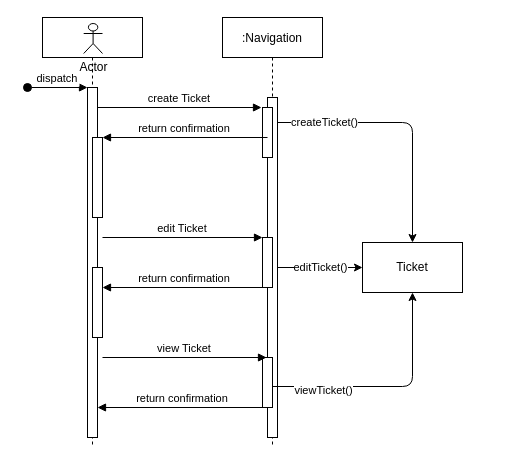
Above: Documentation/Diagrams/Sequence Diagram/Sequence Diagram.drawio in baltermia/Gira-ConsoleV2 (draw.io), before the change. Source tidied: cells renumbered, new cells numbered last; positions are measured from the earlier drawing's top-left corner, leaving out a move shared by most shapes. Both pictures are drawn from the tidied source at 100%, with x=0, y=0 at pixel (27, 17).
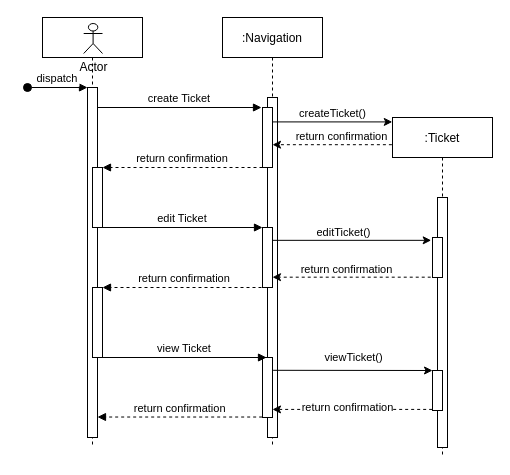
The same page after the edit.

Unchanged cells that the change refers to:
```xml
<mxCell id="2" style="shape=umlLifeline;perimeter=lifelinePerimeter;rounded=0;shadow=0;strokeWidth=1;" parent="1" vertex="1">
  <mxGeometry x="15" width="100" height="430" as="geometry" />
</mxCell>
<mxCell id="3" style="points=[];perimeter=orthogonalPerimeter;rounded=0;shadow=0;strokeWidth=1;" parent="2" vertex="1">
  <mxGeometry x="45" y="70" width="10" height="350" as="geometry" />
</mxCell>
<mxCell id="8" value=":Navigation" style="shape=umlLifeline;perimeter=lifelinePerimeter;rounded=0;shadow=0;strokeWidth=1;" parent="1" vertex="1">
  <mxGeometry x="195" width="100" height="430" as="geometry" />
</mxCell>
<mxCell id="9" style="points=[];perimeter=orthogonalPerimeter;rounded=0;shadow=0;strokeWidth=1;" parent="8" vertex="1">
  <mxGeometry x="45" y="80" width="10" height="340" as="geometry" />
</mxCell>
```

Change to the diagram source:
```diff
@@
     <mxCell id="5" style="points=[];perimeter=orthogonalPerimeter;rounded=0;shadow=0;strokeWidth=1;" parent="2" vertex="1">
-      <mxGeometry x="50" y="120" width="10" height="80" as="geometry" />
+      <mxGeometry x="50" y="150" width="10" height="60" as="geometry" />
     </mxCell>
@@
     <mxCell id="7" style="perimeter=orthogonalPerimeter;rounded=0;shadow=0;strokeWidth=1;" parent="2" vertex="1">
-      <mxGeometry x="50" y="250" width="10" height="70" as="geometry" />
+      <mxGeometry x="50" y="270" width="10" height="70" as="geometry" />
     </mxCell>
@@
     <mxCell id="10" style="points=[];perimeter=orthogonalPerimeter;rounded=0;shadow=0;strokeWidth=1;" parent="8" vertex="1">
-      <mxGeometry x="40" y="220" width="10" height="50" as="geometry" />
+      <mxGeometry x="40" y="210" width="10" height="60" as="geometry" />
     </mxCell>
     <mxCell id="11" style="points=[];perimeter=orthogonalPerimeter;rounded=0;shadow=0;strokeWidth=1;" parent="8" vertex="1">
-      <mxGeometry x="40" y="90" width="10" height="50" as="geometry" />
+      <mxGeometry x="40" y="90" width="10" height="60" as="geometry" />
     </mxCell>
     <mxCell id="12" style="points=[];perimeter=orthogonalPerimeter;rounded=0;shadow=0;strokeWidth=1;" parent="8" vertex="1">
-      <mxGeometry x="40" y="340" width="10" height="50" as="geometry" />
+      <mxGeometry x="40" y="340" width="10" height="60" as="geometry" />
     </mxCell>
@@
-    <mxCell id="14" value="return confirmation" style="verticalAlign=bottom;endArrow=block;entryX=1;entryY=0;shadow=0;strokeWidth=1;" parent="1" edge="1" source="9" target="5">
+    <mxCell id="14" value="return confirmation" style="verticalAlign=bottom;endArrow=block;entryX=1;entryY=0;shadow=0;strokeWidth=1;dashed=1;" parent="1" edge="1" source="11" target="5">
       <mxGeometry relative="1" as="geometry" />
     </mxCell>
-    <mxCell id="15" style="endArrow=classic;html=1;entryX=0.5;entryY=0;entryDx=0;entryDy=0;" parent="1" edge="1" source="9" target="17">
-      <mxGeometry relative="1" as="geometry">
-        <Array as="points">
-          <mxPoint x="385" y="105" />
-        </Array>
-      </mxGeometry>
-    </mxCell>
-    <mxCell id="16" value="createTicket()" style="edgeLabel;html=1;align=center;verticalAlign=middle;" parent="15" vertex="1">
-      <mxGeometry x="-0.29" y="1" relative="1" as="geometry">
-        <mxPoint x="-45" as="offset" />
-      </mxGeometry>
-    </mxCell>
-    <mxCell id="17" value="Ticket" style="rounded=0;whiteSpace=wrap;html=1;" parent="1" vertex="1">
-      <mxGeometry x="335" y="225" width="100" height="50" as="geometry" />
-    </mxCell>
-    <mxCell id="18" value="edit Ticket" style="verticalAlign=bottom;endArrow=block;shadow=0;strokeWidth=1;" parent="1" edge="1" target="10">
-      <mxGeometry relative="1" as="geometry">
-        <mxPoint x="75" y="220" as="sourcePoint" />
-      </mxGeometry>
+    <mxCell id="18" value="edit Ticket" style="verticalAlign=bottom;endArrow=block;shadow=0;strokeWidth=1;" parent="1" edge="1" source="5" target="10">
+      <mxGeometry relative="1" as="geometry" />
     </mxCell>
-    <mxCell id="19" value="editTicket()" style="endArrow=classic;html=1;entryX=0;entryY=0.5;entryDx=0;entryDy=0;" parent="1" edge="1" source="9" target="17">
-      <mxGeometry relative="1" as="geometry" />
-    </mxCell>
-    <mxCell id="20" value="return confirmation" style="verticalAlign=bottom;endArrow=block;entryX=1;entryY=0;shadow=0;strokeWidth=1;" parent="1" edge="1">
+    <mxCell id="20" value="return confirmation" style="verticalAlign=bottom;endArrow=block;entryX=1;entryY=0;shadow=0;strokeWidth=1;dashed=1;" parent="1" edge="1">
       <mxGeometry relative="1" as="geometry">
         <mxPoint x="240" y="270" as="sourcePoint" />
         <mxPoint x="75" y="270" as="targetPoint" />
       </mxGeometry>
     </mxCell>
@@
-    <mxCell id="22" value="return confirmation" style="verticalAlign=bottom;endArrow=block;shadow=0;strokeWidth=1;" parent="1" edge="1" target="3">
-      <mxGeometry relative="1" as="geometry">
-        <mxPoint x="240" y="390" as="sourcePoint" />
-      </mxGeometry>
+    <mxCell id="22" value="return confirmation" style="verticalAlign=bottom;endArrow=block;shadow=0;strokeWidth=1;dashed=1;exitX=-0.033;exitY=0.992;exitDx=0;exitDy=0;exitPerimeter=0;" parent="1" edge="1" source="12" target="3">
+      <mxGeometry relative="1" as="geometry" />
     </mxCell>
-    <mxCell id="23" style="endArrow=classic;html=1;exitX=1;exitY=0.58;exitDx=0;exitDy=0;exitPerimeter=0;entryX=0.5;entryY=1;entryDx=0;entryDy=0;" parent="1" edge="1" source="12" target="17">
-      <mxGeometry relative="1" as="geometry">
-        <Array as="points">
-          <mxPoint x="385" y="369" />
-        </Array>
-      </mxGeometry>
-    </mxCell>
+    <mxCell id="25" value=":Ticket" style="shape=umlLifeline;perimeter=lifelinePerimeter;rounded=0;shadow=0;strokeWidth=1;" parent="1" vertex="1">
+      <mxGeometry x="365" y="100" width="100" height="340" as="geometry" />
+    </mxCell>
+    <mxCell id="26" style="perimeter=orthogonalPerimeter;rounded=0;shadow=0;strokeWidth=1;" parent="25" vertex="1">
+      <mxGeometry x="45" y="80" width="10" height="250" as="geometry" />
+    </mxCell>
+    <mxCell id="27" style="points=[];perimeter=orthogonalPerimeter;rounded=0;shadow=0;strokeWidth=1;" parent="25" vertex="1">
+      <mxGeometry x="40" y="253" width="10" height="40" as="geometry" />
+    </mxCell>
+    <mxCell id="28" style="endArrow=classic;html=1;entryX=-0.002;entryY=0.013;entryDx=0;entryDy=0;entryPerimeter=0;" parent="1" edge="1" source="11" target="25">
+      <mxGeometry relative="1" as="geometry" />
+    </mxCell>
+    <mxCell id="16" value="createTicket()" style="edgeLabel;html=1;align=center;verticalAlign=middle;" parent="28" vertex="1">
+      <mxGeometry x="-0.41" y="1" relative="1" as="geometry">
+        <mxPoint x="24.8" y="-7.6" as="offset" />
+      </mxGeometry>
+    </mxCell>
+    <mxCell id="29" style="endArrow=classic;html=1;exitX=-0.006;exitY=0.08;exitDx=0;exitDy=0;exitPerimeter=0;dashed=1;" parent="1" edge="1" source="25" target="11">
+      <mxGeometry relative="1" as="geometry" />
+    </mxCell>
+    <mxCell id="30" value="return confirmation" style="edgeLabel;html=1;align=center;verticalAlign=middle;" parent="29" vertex="1">
+      <mxGeometry x="-0.27" y="-1" relative="1" as="geometry">
+        <mxPoint x="-6.8" y="-7.4" as="offset" />
+      </mxGeometry>
+    </mxCell>
+    <mxCell id="31" style="points=[];perimeter=orthogonalPerimeter;rounded=0;shadow=0;strokeWidth=1;" parent="1" vertex="1">
+      <mxGeometry x="405" y="220" width="10" height="40" as="geometry" />
+    </mxCell>
+    <mxCell id="32" style="endArrow=classic;html=1;entryX=-0.129;entryY=0.071;entryDx=0;entryDy=0;entryPerimeter=0;" parent="1" edge="1" source="10" target="31">
+      <mxGeometry relative="1" as="geometry" />
+    </mxCell>
+    <mxCell id="19" value="editTicket()" style="edgeLabel;html=1;align=center;verticalAlign=middle;" parent="32" vertex="1">
+      <mxGeometry x="-0.12" y="2" relative="1" as="geometry">
+        <mxPoint y="-6.3" as="offset" />
+      </mxGeometry>
+    </mxCell>
+    <mxCell id="33" style="endArrow=classic;html=1;dashed=1;exitX=-0.176;exitY=0.992;exitDx=0;exitDy=0;exitPerimeter=0;" parent="1" edge="1" source="31" target="10">
+      <mxGeometry relative="1" as="geometry" />
+    </mxCell>
+    <mxCell id="34" value="return confirmation" style="edgeLabel;html=1;align=center;verticalAlign=middle;" parent="33" vertex="1">
+      <mxGeometry x="0.07" y="1" relative="1" as="geometry">
+        <mxPoint x="0.6" y="-8.9" as="offset" />
+      </mxGeometry>
+    </mxCell>
-    <mxCell id="24" value="viewTicket()" style="edgeLabel;html=1;align=center;verticalAlign=middle;" parent="23" vertex="1">
-      <mxGeometry x="-0.22" y="-3" relative="1" as="geometry">
-        <mxPoint x="-41" as="offset" />
+    <mxCell id="24" value="viewTicket()" style="endArrow=classic;html=1;exitX=1.062;exitY=0.257;exitDx=0;exitDy=0;exitPerimeter=0;" parent="1" edge="1">
+      <mxGeometry y="13" relative="1" as="geometry">
+        <mxPoint x="245.6" y="352.8" as="sourcePoint" />
+        <mxPoint x="405" y="353" as="targetPoint" />
       </mxGeometry>
     </mxCell>
+    <mxCell id="35" style="endArrow=classic;html=1;dashed=1;exitX=-0.033;exitY=0.973;exitDx=0;exitDy=0;exitPerimeter=0;" parent="1" edge="1" source="27" target="12">
+      <mxGeometry relative="1" as="geometry" />
+    </mxCell>
+    <mxCell id="36" value="return confirmation" style="edgeLabel;html=1;align=center;verticalAlign=middle;" parent="35" vertex="1">
+      <mxGeometry x="0.07" y="-2" relative="1" as="geometry" />
+    </mxCell>
```
